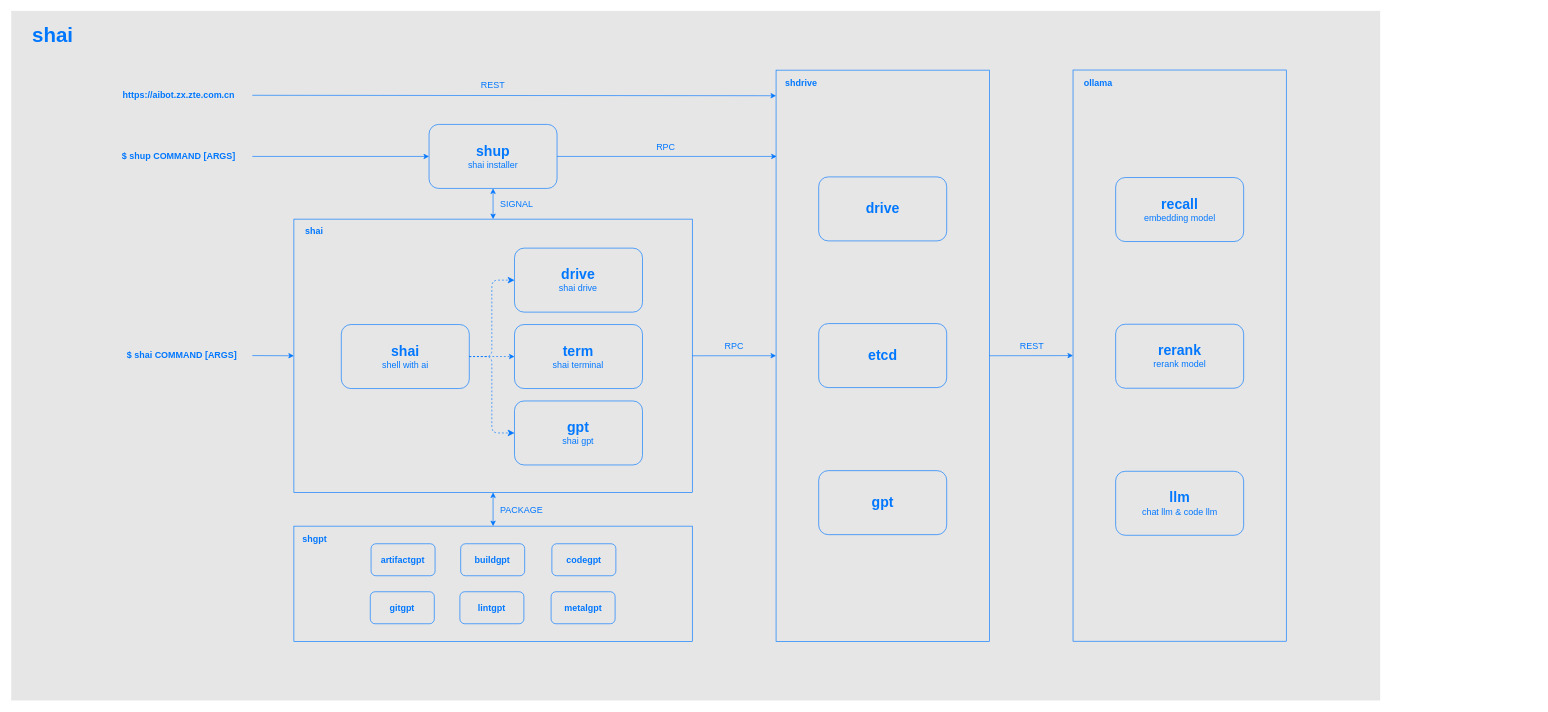
This is arch.drawio from ai-flowx/.github, a draw.io file, before an edit. Source tidied: cells renumbered, new cells numbered last; positions are measured from the earlier drawing's top-left corner, leaving out a move shared by most shapes. Both pictures are drawn from the tidied source at 64%, with x=0, y=0 at pixel (11, 10).
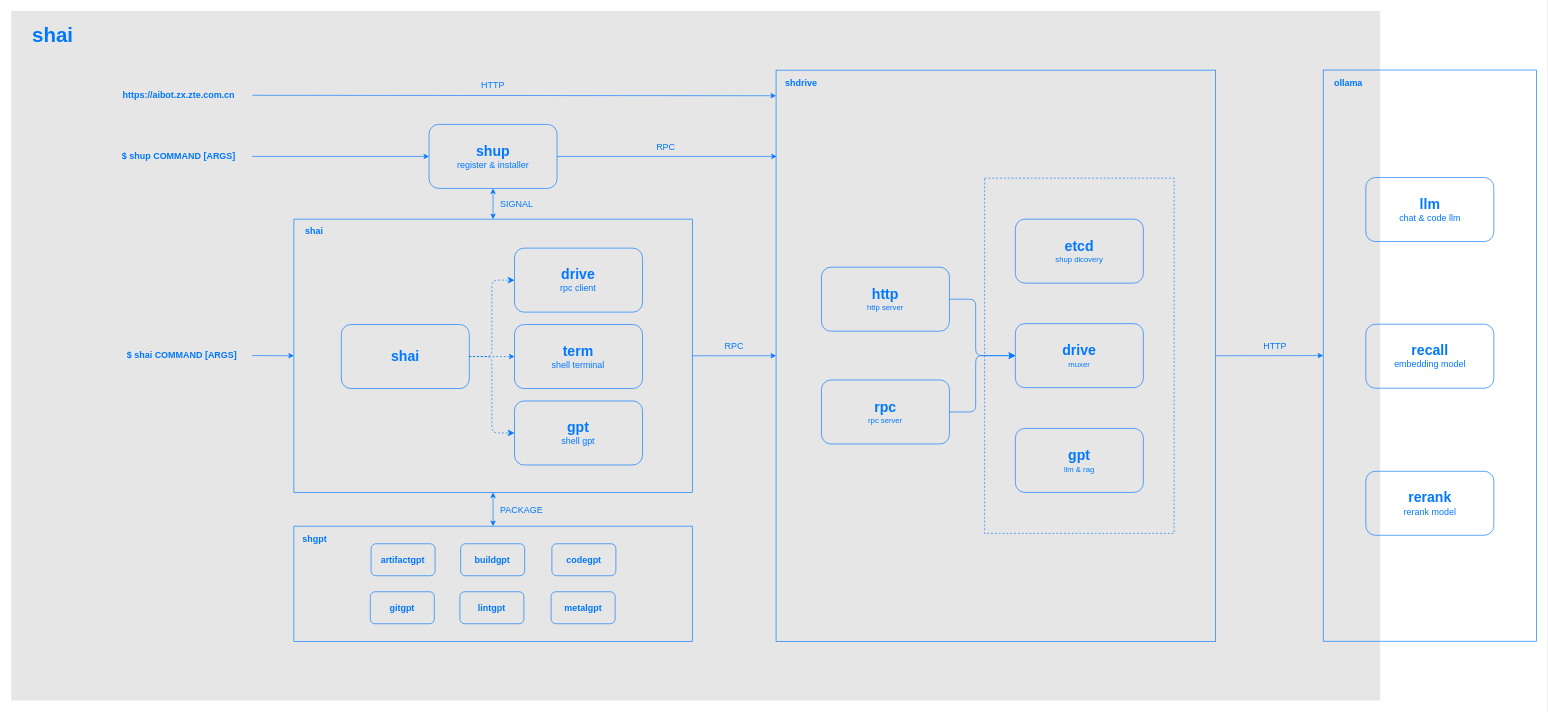
The same diagram, later.

Commit message (it also covers changes not shown here):
docs(profile): update arch files

Diff of the diagram source:
```diff
@@
+    <mxCell id="12" value="&lt;font color=&quot;#0077ff&quot; style=&quot;&quot;&gt;&lt;br&gt;&lt;/font&gt;" style="rounded=0;whiteSpace=wrap;html=1;strokeColor=#0077FF;fillColor=none;shadow=0;" parent="1" vertex="1">
+      <mxGeometry x="1195.1" y="93.1" width="686.9" height="892.5" as="geometry" />
+    </mxCell>
+    <mxCell id="49" style="rounded=0;whiteSpace=wrap;html=1;fillColor=none;dashed=1;strokeColor=#0077FF;" parent="1" vertex="1">
+      <mxGeometry x="1521" y="261.9" width="296" height="555" as="geometry" />
+    </mxCell>
@@
-    <mxCell id="5" value="&lt;font color=&quot;#0077ff&quot; style=&quot;&quot;&gt;&lt;span style=&quot;font-weight: bold; font-size: 22px;&quot;&gt;shai&lt;/span&gt;&lt;br&gt;&lt;font style=&quot;font-size: 14px;&quot;&gt;shell with ai&lt;/font&gt;&lt;br&gt;&lt;/font&gt;" style="rounded=1;whiteSpace=wrap;html=1;strokeColor=#0077FF;fillColor=none;shadow=0;" parent="1" vertex="1">
+    <mxCell id="5" value="&lt;font color=&quot;#0077ff&quot; style=&quot;&quot;&gt;&lt;span style=&quot;font-weight: bold; font-size: 22px;&quot;&gt;shai&lt;/span&gt;&lt;br&gt;&lt;/font&gt;" style="rounded=1;whiteSpace=wrap;html=1;strokeColor=#0077FF;fillColor=none;shadow=0;" parent="1" vertex="1">
       <mxGeometry x="515.8" y="490.6" width="200" height="100" as="geometry" />
     </mxCell>
@@
-    <mxCell id="9" value="&lt;font color=&quot;#0077ff&quot; style=&quot;&quot;&gt;&lt;span style=&quot;font-weight: bold; font-size: 22px;&quot;&gt;shup&lt;/span&gt;&lt;br&gt;&lt;font style=&quot;font-size: 14px;&quot;&gt;shai installer&lt;/font&gt;&lt;br&gt;&lt;/font&gt;" style="rounded=1;whiteSpace=wrap;html=1;strokeColor=#0077FF;fillColor=none;shadow=0;" parent="1" vertex="1">
+    <mxCell id="9" value="&lt;font color=&quot;#0077ff&quot; style=&quot;&quot;&gt;&lt;span style=&quot;font-weight: bold; font-size: 22px;&quot;&gt;shup&lt;/span&gt;&lt;br&gt;&lt;font style=&quot;font-size: 14px;&quot;&gt;register &amp;amp; installer&lt;/font&gt;&lt;br&gt;&lt;/font&gt;" style="rounded=1;whiteSpace=wrap;html=1;strokeColor=#0077FF;fillColor=none;shadow=0;" parent="1" vertex="1">
       <mxGeometry x="652.9" y="177.9" width="200" height="100" as="geometry" />
     </mxCell>
-    <mxCell id="10" value="&lt;span style=&quot;border-color: var(--border-color); color: rgb(0, 119, 255); font-weight: bold; font-size: 22px;&quot;&gt;drive&lt;/span&gt;&lt;br style=&quot;border-color: var(--border-color); color: rgb(0, 119, 255);&quot;&gt;&lt;font style=&quot;border-color: var(--border-color); color: rgb(0, 119, 255); font-size: 14px;&quot;&gt;shai drive&lt;/font&gt;&lt;font color=&quot;#0077ff&quot; style=&quot;&quot;&gt;&lt;br&gt;&lt;/font&gt;" style="rounded=1;whiteSpace=wrap;html=1;strokeColor=#0077FF;fillColor=none;shadow=0;" parent="1" vertex="1">
+    <mxCell id="10" value="&lt;span style=&quot;border-color: var(--border-color); color: rgb(0, 119, 255); font-weight: bold; font-size: 22px;&quot;&gt;drive&lt;/span&gt;&lt;br style=&quot;border-color: var(--border-color); color: rgb(0, 119, 255);&quot;&gt;&lt;font color=&quot;#0077ff&quot; style=&quot;&quot;&gt;&lt;span style=&quot;font-size: 14px;&quot;&gt;rpc client&lt;/span&gt;&lt;br&gt;&lt;/font&gt;" style="rounded=1;whiteSpace=wrap;html=1;strokeColor=#0077FF;fillColor=none;shadow=0;" parent="1" vertex="1">
       <mxGeometry x="786.4" y="371.2" width="200" height="100" as="geometry" />
     </mxCell>
@@
-    <mxCell id="12" value="&lt;font color=&quot;#0077ff&quot; style=&quot;&quot;&gt;&lt;br&gt;&lt;/font&gt;" style="rounded=0;whiteSpace=wrap;html=1;strokeColor=#0077FF;fillColor=none;shadow=0;" parent="1" vertex="1">
-      <mxGeometry x="1195.1" y="93.1" width="333.2" height="892.5" as="geometry" />
-    </mxCell>
@@
-    <mxCell id="23" value="&lt;font color=&quot;#0077ff&quot; style=&quot;&quot;&gt;&lt;span style=&quot;font-weight: bold; font-size: 22px;&quot;&gt;gpt&lt;/span&gt;&lt;br&gt;&lt;font style=&quot;font-size: 14px;&quot;&gt;shai gpt&lt;/font&gt;&lt;br&gt;&lt;/font&gt;" style="rounded=1;whiteSpace=wrap;html=1;strokeColor=#0077FF;fillColor=none;shadow=0;" parent="1" vertex="1">
+    <mxCell id="23" value="&lt;font color=&quot;#0077ff&quot; style=&quot;&quot;&gt;&lt;span style=&quot;font-weight: bold; font-size: 22px;&quot;&gt;gpt&lt;/span&gt;&lt;br&gt;&lt;font style=&quot;font-size: 14px;&quot;&gt;shell gpt&lt;/font&gt;&lt;br&gt;&lt;/font&gt;" style="rounded=1;whiteSpace=wrap;html=1;strokeColor=#0077FF;fillColor=none;shadow=0;" parent="1" vertex="1">
       <mxGeometry x="786.4" y="610" width="200" height="100" as="geometry" />
     </mxCell>
@@
-    <mxCell id="29" value="&lt;span style=&quot;border-color: var(--border-color); color: rgb(0, 119, 255); font-weight: bold; font-size: 22px;&quot;&gt;term&lt;/span&gt;&lt;br style=&quot;border-color: var(--border-color); color: rgb(0, 119, 255);&quot;&gt;&lt;font style=&quot;border-color: var(--border-color); color: rgb(0, 119, 255); font-size: 14px;&quot;&gt;shai terminal&lt;/font&gt;&lt;font color=&quot;#0077ff&quot; style=&quot;&quot;&gt;&lt;br&gt;&lt;/font&gt;" style="rounded=1;whiteSpace=wrap;html=1;strokeColor=#0077FF;fillColor=none;shadow=0;" parent="1" vertex="1">
+    <mxCell id="29" value="&lt;span style=&quot;border-color: var(--border-color); color: rgb(0, 119, 255); font-weight: bold; font-size: 22px;&quot;&gt;term&lt;/span&gt;&lt;br style=&quot;border-color: var(--border-color); color: rgb(0, 119, 255);&quot;&gt;&lt;font style=&quot;border-color: var(--border-color); color: rgb(0, 119, 255); font-size: 14px;&quot;&gt;shell terminal&lt;/font&gt;&lt;font color=&quot;#0077ff&quot; style=&quot;&quot;&gt;&lt;br&gt;&lt;/font&gt;" style="rounded=1;whiteSpace=wrap;html=1;strokeColor=#0077FF;fillColor=none;shadow=0;" parent="1" vertex="1">
       <mxGeometry x="786.4" y="490.6" width="200" height="100" as="geometry" />
     </mxCell>
@@
-    <mxCell id="33" value="&lt;span style=&quot;color: rgb(0, 119, 255); font-size: 14px;&quot;&gt;REST&lt;/span&gt;" style="text;html=1;strokeColor=none;fillColor=none;align=center;verticalAlign=middle;whiteSpace=wrap;rounded=0;" parent="1" vertex="1">
-      <mxGeometry x="1558.1" y="509.9" width="74" height="30" as="geometry" />
+    <mxCell id="33" value="&lt;span style=&quot;color: rgb(0, 119, 255); font-size: 14px;&quot;&gt;HTTP&lt;/span&gt;" style="text;html=1;strokeColor=none;fillColor=none;align=center;verticalAlign=middle;whiteSpace=wrap;rounded=0;" parent="1" vertex="1">
+      <mxGeometry x="1938" y="509.9" width="74" height="30" as="geometry" />
     </mxCell>
@@
-    <mxCell id="35" value="&lt;span style=&quot;border-color: var(--border-color); color: rgb(0, 119, 255); font-weight: bold; font-size: 22px;&quot;&gt;drive&lt;/span&gt;&lt;font color=&quot;#0077ff&quot; style=&quot;&quot;&gt;&lt;br&gt;&lt;/font&gt;" style="rounded=1;whiteSpace=wrap;html=1;strokeColor=#0077FF;fillColor=none;shadow=0;" parent="1" vertex="1">
-      <mxGeometry x="1261.7" y="259.9" width="200" height="100" as="geometry" />
+    <mxCell id="35" value="&lt;span style=&quot;border-color: var(--border-color); color: rgb(0, 119, 255); font-weight: bold; font-size: 22px;&quot;&gt;etcd&lt;br&gt;&lt;/span&gt;&lt;font color=&quot;#0077ff&quot; style=&quot;&quot;&gt;shup dicovery&lt;br&gt;&lt;/font&gt;" style="rounded=1;whiteSpace=wrap;html=1;strokeColor=#0077FF;fillColor=none;shadow=0;" parent="1" vertex="1">
+      <mxGeometry x="1569" y="325.9" width="200" height="100" as="geometry" />
     </mxCell>
-    <mxCell id="36" value="&lt;span style=&quot;border-color: var(--border-color); color: rgb(0, 119, 255); font-weight: bold; font-size: 22px;&quot;&gt;etcd&lt;/span&gt;&lt;font color=&quot;#0077ff&quot; style=&quot;&quot;&gt;&lt;br&gt;&lt;/font&gt;" style="rounded=1;whiteSpace=wrap;html=1;strokeColor=#0077FF;fillColor=none;shadow=0;" parent="1" vertex="1">
-      <mxGeometry x="1261.7" y="489.1" width="200" height="100" as="geometry" />
+    <mxCell id="36" value="&lt;span style=&quot;border-color: var(--border-color); color: rgb(0, 119, 255); font-weight: bold; font-size: 22px;&quot;&gt;gpt&lt;br&gt;&lt;/span&gt;&lt;font color=&quot;#0077ff&quot; style=&quot;&quot;&gt;llm &amp;amp; rag&lt;br&gt;&lt;/font&gt;" style="rounded=1;whiteSpace=wrap;html=1;strokeColor=#0077FF;fillColor=none;shadow=0;" parent="1" vertex="1">
+      <mxGeometry x="1569" y="652.9" width="200" height="100" as="geometry" />
     </mxCell>
-    <mxCell id="37" value="&lt;span style=&quot;border-color: var(--border-color); color: rgb(0, 119, 255); font-weight: bold; font-size: 22px;&quot;&gt;gpt&lt;/span&gt;&lt;font color=&quot;#0077ff&quot; style=&quot;&quot;&gt;&lt;br&gt;&lt;/font&gt;" style="rounded=1;whiteSpace=wrap;html=1;strokeColor=#0077FF;fillColor=none;shadow=0;" parent="1" vertex="1">
-      <mxGeometry x="1261.7" y="718.9" width="200" height="100" as="geometry" />
+    <mxCell id="37" value="&lt;span style=&quot;border-color: var(--border-color); color: rgb(0, 119, 255); font-weight: bold; font-size: 22px;&quot;&gt;drive&lt;br&gt;&lt;/span&gt;&lt;font color=&quot;#0077ff&quot; style=&quot;&quot;&gt;muxer&lt;br&gt;&lt;/font&gt;" style="rounded=1;whiteSpace=wrap;html=1;strokeColor=#0077FF;fillColor=none;shadow=0;" parent="1" vertex="1">
+      <mxGeometry x="1569" y="489.2" width="200" height="100" as="geometry" />
     </mxCell>
     <mxCell id="38" value="&lt;font color=&quot;#0077ff&quot; style=&quot;&quot;&gt;&lt;br&gt;&lt;/font&gt;" style="rounded=0;whiteSpace=wrap;html=1;strokeColor=#0077FF;fillColor=none;shadow=0;" parent="1" vertex="1">
-      <mxGeometry x="1659.1" y="92.9" width="333.2" height="892.5" as="geometry" />
+      <mxGeometry x="2050" y="92.9" width="333.2" height="892.5" as="geometry" />
     </mxCell>
     <mxCell id="39" value="ollama" style="text;strokeColor=none;fillColor=none;html=1;fontSize=14;fontStyle=1;verticalAlign=middle;align=center;rounded=0;shadow=0;fontColor=#0077FF;" parent="1" vertex="1">
-      <mxGeometry x="1659.1" y="92.9" width="77.5" height="40" as="geometry" />
+      <mxGeometry x="2050" y="92.9" width="77.5" height="40" as="geometry" />
     </mxCell>
-    <mxCell id="40" value="&lt;span style=&quot;border-color: var(--border-color); color: rgb(0, 119, 255); font-weight: bold; font-size: 22px;&quot;&gt;recall&lt;/span&gt;&lt;br style=&quot;border-color: var(--border-color); color: rgb(0, 119, 255);&quot;&gt;&lt;font style=&quot;border-color: var(--border-color); color: rgb(0, 119, 255); font-size: 14px;&quot;&gt;embedding model&lt;/font&gt;&lt;font color=&quot;#0077ff&quot; style=&quot;&quot;&gt;&lt;br&gt;&lt;/font&gt;" style="rounded=1;whiteSpace=wrap;html=1;strokeColor=#0077FF;fillColor=none;shadow=0;" parent="1" vertex="1">
-      <mxGeometry x="1725.7" y="260.9" width="200" height="100" as="geometry" />
+    <mxCell id="40" value="&lt;span style=&quot;border-color: var(--border-color); color: rgb(0, 119, 255); font-weight: bold; font-size: 22px;&quot;&gt;llm&lt;/span&gt;&lt;br style=&quot;border-color: var(--border-color); color: rgb(0, 119, 255);&quot;&gt;&lt;font style=&quot;border-color: var(--border-color); color: rgb(0, 119, 255); font-size: 14px;&quot;&gt;chat &amp;amp; code llm&lt;/font&gt;&lt;font color=&quot;#0077ff&quot; style=&quot;&quot;&gt;&lt;br&gt;&lt;/font&gt;" style="rounded=1;whiteSpace=wrap;html=1;strokeColor=#0077FF;fillColor=none;shadow=0;" parent="1" vertex="1">
+      <mxGeometry x="2116.6" y="260.9" width="200" height="100" as="geometry" />
     </mxCell>
-    <mxCell id="41" value="&lt;span style=&quot;border-color: var(--border-color); color: rgb(0, 119, 255); font-weight: bold; font-size: 22px;&quot;&gt;rerank&lt;/span&gt;&lt;br style=&quot;border-color: var(--border-color); color: rgb(0, 119, 255);&quot;&gt;&lt;font style=&quot;border-color: var(--border-color); color: rgb(0, 119, 255); font-size: 14px;&quot;&gt;rerank model&lt;/font&gt;&lt;font color=&quot;#0077ff&quot; style=&quot;&quot;&gt;&lt;br&gt;&lt;/font&gt;" style="rounded=1;whiteSpace=wrap;html=1;strokeColor=#0077FF;fillColor=none;shadow=0;" parent="1" vertex="1">
-      <mxGeometry x="1725.7" y="490.1" width="200" height="100" as="geometry" />
+    <mxCell id="41" value="&lt;span style=&quot;border-color: var(--border-color); color: rgb(0, 119, 255); font-weight: bold; font-size: 22px;&quot;&gt;recall&lt;/span&gt;&lt;br style=&quot;border-color: var(--border-color); color: rgb(0, 119, 255);&quot;&gt;&lt;font style=&quot;border-color: var(--border-color); color: rgb(0, 119, 255); font-size: 14px;&quot;&gt;embedding model&lt;/font&gt;&lt;font color=&quot;#0077ff&quot; style=&quot;&quot;&gt;&lt;br&gt;&lt;/font&gt;" style="rounded=1;whiteSpace=wrap;html=1;strokeColor=#0077FF;fillColor=none;shadow=0;" parent="1" vertex="1">
+      <mxGeometry x="2116.6" y="490.1" width="200" height="100" as="geometry" />
     </mxCell>
-    <mxCell id="42" value="&lt;span style=&quot;border-color: var(--border-color); color: rgb(0, 119, 255); font-weight: bold; font-size: 22px;&quot;&gt;llm&lt;/span&gt;&lt;br style=&quot;border-color: var(--border-color); color: rgb(0, 119, 255);&quot;&gt;&lt;font style=&quot;border-color: var(--border-color); color: rgb(0, 119, 255); font-size: 14px;&quot;&gt;chat llm &amp;amp; code llm&lt;/font&gt;&lt;font color=&quot;#0077ff&quot; style=&quot;&quot;&gt;&lt;br&gt;&lt;/font&gt;" style="rounded=1;whiteSpace=wrap;html=1;strokeColor=#0077FF;fillColor=none;shadow=0;" parent="1" vertex="1">
-      <mxGeometry x="1725.7" y="719.9" width="200" height="100" as="geometry" />
+    <mxCell id="42" value="&lt;span style=&quot;border-color: var(--border-color); color: rgb(0, 119, 255); font-weight: bold; font-size: 22px;&quot;&gt;rerank&lt;/span&gt;&lt;br style=&quot;border-color: var(--border-color); color: rgb(0, 119, 255);&quot;&gt;&lt;font style=&quot;border-color: var(--border-color); color: rgb(0, 119, 255); font-size: 14px;&quot;&gt;rerank model&lt;/font&gt;&lt;font color=&quot;#0077ff&quot; style=&quot;&quot;&gt;&lt;br&gt;&lt;/font&gt;" style="rounded=1;whiteSpace=wrap;html=1;strokeColor=#0077FF;fillColor=none;shadow=0;" parent="1" vertex="1">
+      <mxGeometry x="2116.6" y="719.9" width="200" height="100" as="geometry" />
     </mxCell>
@@
-    <mxCell id="48" value="&lt;span style=&quot;color: rgb(0, 119, 255); font-size: 14px;&quot;&gt;REST&lt;/span&gt;" style="text;html=1;strokeColor=none;fillColor=none;align=center;verticalAlign=middle;whiteSpace=wrap;rounded=0;" parent="1" vertex="1">
+    <mxCell id="48" value="&lt;span style=&quot;color: rgb(0, 119, 255); font-size: 14px;&quot;&gt;HTTP&lt;/span&gt;" style="text;html=1;strokeColor=none;fillColor=none;align=center;verticalAlign=middle;whiteSpace=wrap;rounded=0;" parent="1" vertex="1">
       <mxGeometry x="715.9" y="101" width="74" height="30" as="geometry" />
     </mxCell>
+    <mxCell id="50" value="&lt;font color=&quot;#0077ff&quot; style=&quot;&quot;&gt;&lt;span style=&quot;font-size: 22px;&quot;&gt;&lt;b&gt;http&lt;br&gt;&lt;/b&gt;&lt;/span&gt;http server&lt;br&gt;&lt;/font&gt;" style="rounded=1;whiteSpace=wrap;html=1;strokeColor=#0077FF;fillColor=none;shadow=0;" parent="1" vertex="1">
+      <mxGeometry x="1266" y="401" width="200" height="100" as="geometry" />
+    </mxCell>
+    <mxCell id="51" value="&lt;font color=&quot;#0077ff&quot; style=&quot;&quot;&gt;&lt;span style=&quot;font-size: 22px;&quot;&gt;&lt;b&gt;rpc&lt;br&gt;&lt;/b&gt;&lt;/span&gt;rpc server&lt;br&gt;&lt;/font&gt;" style="rounded=1;whiteSpace=wrap;html=1;strokeColor=#0077FF;fillColor=none;shadow=0;" parent="1" vertex="1">
+      <mxGeometry x="1266" y="577.2" width="200" height="100" as="geometry" />
+    </mxCell>
+    <mxCell id="52" style="edgeStyle=elbowEdgeStyle;elbow=horizontal;endArrow=classic;html=1;rounded=1;endSize=8;startSize=8;exitX=1;exitY=0.5;exitDx=0;exitDy=0;entryX=0;entryY=0.5;entryDx=0;entryDy=0;strokeColor=#0077FF;" parent="1" edge="1" source="50" target="37">
+      <mxGeometry relative="1" as="geometry">
+        <Array as="points">
+          <mxPoint x="1507" y="496" />
+        </Array>
+      </mxGeometry>
+    </mxCell>
+    <mxCell id="53" style="edgeStyle=elbowEdgeStyle;elbow=horizontal;endArrow=classic;html=1;rounded=1;endSize=8;startSize=8;exitX=1;exitY=0.5;exitDx=0;exitDy=0;entryX=0;entryY=0.5;entryDx=0;entryDy=0;strokeColor=#0077FF;" parent="1" edge="1" source="51" target="37">
+      <mxGeometry relative="1" as="geometry">
+        <Array as="points">
+          <mxPoint x="1507" y="582" />
+        </Array>
+      </mxGeometry>
+    </mxCell>
```
